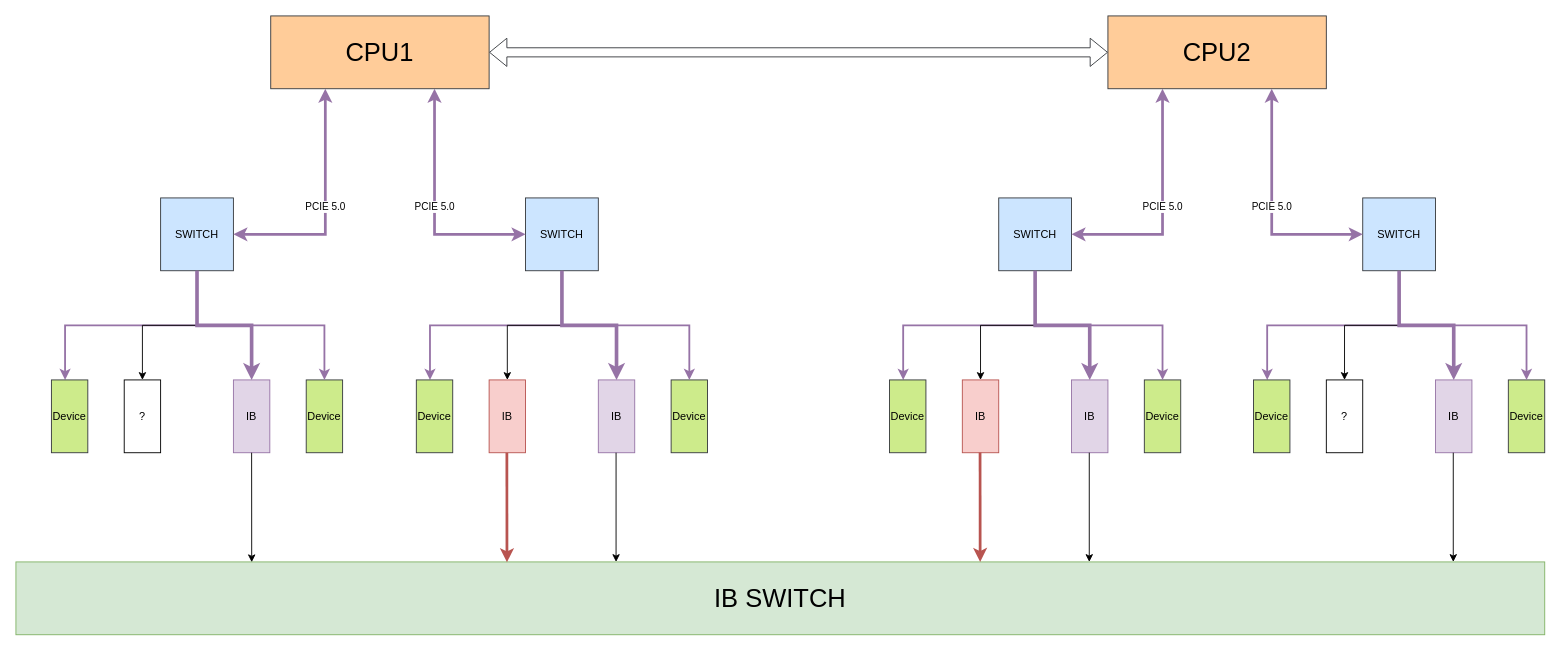
This is OAM_net_ARC.drawio from BEYHHH/SBLP, a draw.io file, before an edit. Source tidied: cells renumbered, new cells numbered last; positions are measured from the earlier drawing's top-left corner, leaving out a move shared by most shapes. Both pictures are drawn from the tidied source at 91%, with x=0, y=0 at pixel (15, 15).
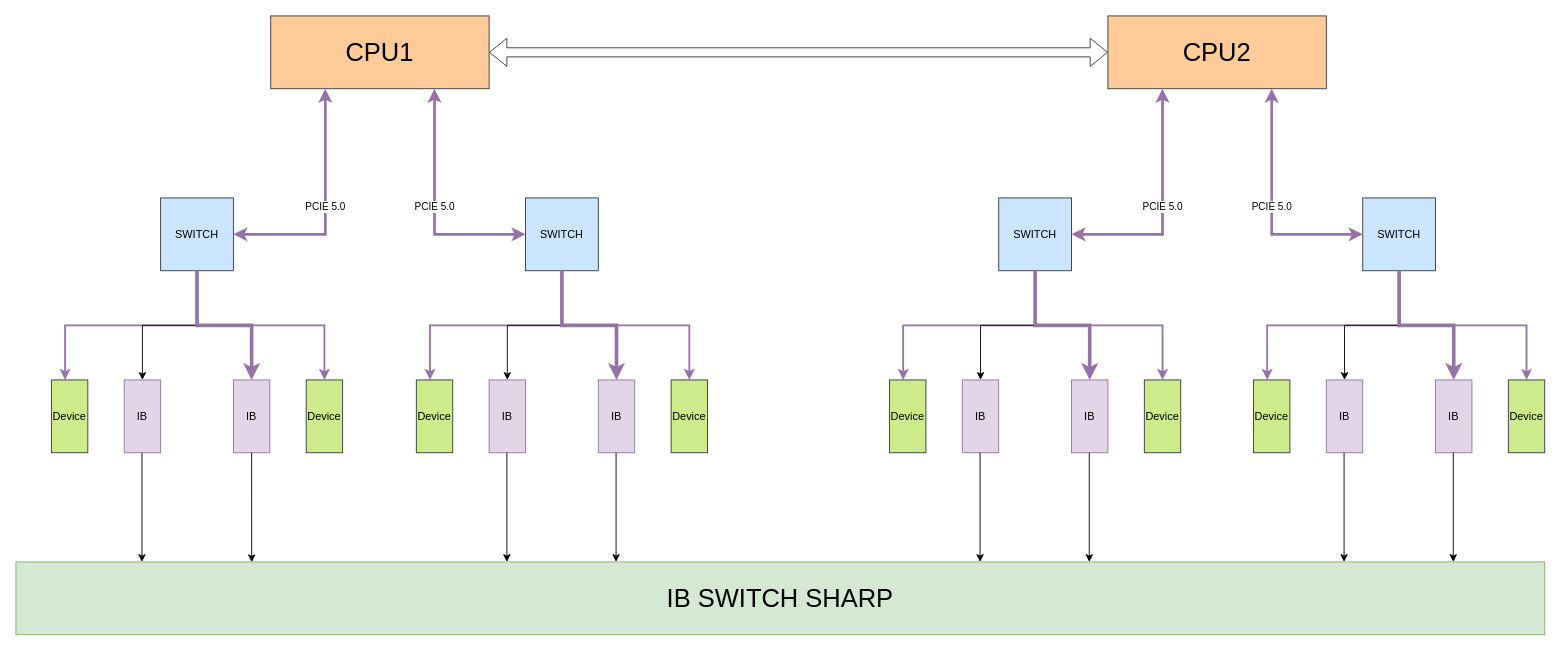
After the change.

Change to the diagram source:
```diff
@@
-    <mxCell id="7" value="?" style="rounded=0;whiteSpace=wrap;html=1;" parent="1" vertex="1">
+    <mxCell id="7" value="IB" style="rounded=0;whiteSpace=wrap;html=1;fillColor=#e1d5e7;strokeColor=#9673a6;" parent="1" vertex="1">
       <mxGeometry x="119" y="400" width="40" height="80" as="geometry" />
     </mxCell>
@@
-    <mxCell id="16" value="IB" style="rounded=0;whiteSpace=wrap;html=1;fillColor=#f8cecc;strokeColor=#b85450;" parent="1" vertex="1">
+    <mxCell id="16" value="IB" style="rounded=0;whiteSpace=wrap;html=1;fillColor=#e1d5e7;strokeColor=#9673a6;" parent="1" vertex="1">
       <mxGeometry x="520" y="400" width="40" height="80" as="geometry" />
     </mxCell>
@@
-    <mxCell id="28" value="IB" style="rounded=0;whiteSpace=wrap;html=1;fillColor=#f8cecc;strokeColor=#b85450;" parent="1" vertex="1">
+    <mxCell id="28" value="IB" style="rounded=0;whiteSpace=wrap;html=1;fillColor=#e1d5e7;strokeColor=#9673a6;" parent="1" vertex="1">
       <mxGeometry x="1040" y="400" width="40" height="80" as="geometry" />
     </mxCell>
@@
-    <mxCell id="37" value="?" style="rounded=0;whiteSpace=wrap;html=1;" parent="1" vertex="1">
+    <mxCell id="37" value="IB" style="rounded=0;whiteSpace=wrap;html=1;fillColor=#e1d5e7;strokeColor=#9673a6;" parent="1" vertex="1">
       <mxGeometry x="1440" y="400" width="40" height="80" as="geometry" />
     </mxCell>
@@
-    <mxCell id="45" value="&lt;font style=&quot;font-size: 28px;&quot;&gt;IB SWITCH&lt;/font&gt;" style="rounded=0;whiteSpace=wrap;html=1;fillColor=#d5e8d4;strokeColor=#82b366;" parent="1" vertex="1">
+    <mxCell id="45" value="&lt;font style=&quot;font-size: 28px;&quot;&gt;IB SWITCH SHARP&lt;/font&gt;" style="rounded=0;whiteSpace=wrap;html=1;fillColor=#d5e8d4;strokeColor=#82b366;" parent="1" vertex="1">
       <mxGeometry y="600" width="1680" height="80" as="geometry" />
     </mxCell>
@@
-    <mxCell id="50" style="endArrow=classic;html=1;rounded=0;exitX=0.5;exitY=1;exitDx=0;exitDy=0;entryX=0.131;entryY=0.004;entryDx=0;entryDy=0;entryPerimeter=0;fillColor=#f8cecc;strokeColor=#b85450;strokeWidth=3;" parent="1" edge="1">
-      <mxGeometry relative="1" as="geometry">
-        <mxPoint x="539.5" y="480" as="sourcePoint" />
-        <mxPoint x="539.6" y="600.3" as="targetPoint" />
-      </mxGeometry>
-    </mxCell>
-    <mxCell id="51" style="endArrow=classic;html=1;rounded=0;exitX=0.5;exitY=1;exitDx=0;exitDy=0;entryX=0.131;entryY=0.004;entryDx=0;entryDy=0;entryPerimeter=0;fillColor=#f8cecc;strokeColor=#b85450;strokeWidth=3;" parent="1" edge="1">
-      <mxGeometry relative="1" as="geometry">
-        <mxPoint x="1059.5" y="479.7" as="sourcePoint" />
-        <mxPoint x="1059.6" y="600" as="targetPoint" />
-      </mxGeometry>
-    </mxCell>
+    <mxCell id="52" style="endArrow=classic;html=1;rounded=0;exitX=0.5;exitY=1;exitDx=0;exitDy=0;entryX=0.131;entryY=0.004;entryDx=0;entryDy=0;entryPerimeter=0;" parent="1" edge="1">
+      <mxGeometry relative="1" as="geometry">
+        <mxPoint x="1059.5" y="480" as="sourcePoint" />
+        <mxPoint x="1059.5" y="600" as="targetPoint" />
+      </mxGeometry>
+    </mxCell>
+    <mxCell id="53" style="endArrow=classic;html=1;rounded=0;exitX=0.5;exitY=1;exitDx=0;exitDy=0;entryX=0.131;entryY=0.004;entryDx=0;entryDy=0;entryPerimeter=0;" parent="1" edge="1">
+      <mxGeometry relative="1" as="geometry">
+        <mxPoint x="1459.5" y="480" as="sourcePoint" />
+        <mxPoint x="1459.5" y="600" as="targetPoint" />
+      </mxGeometry>
+    </mxCell>
+    <mxCell id="54" style="endArrow=classic;html=1;rounded=0;exitX=0.5;exitY=1;exitDx=0;exitDy=0;entryX=0.131;entryY=0.004;entryDx=0;entryDy=0;entryPerimeter=0;" parent="1" edge="1">
+      <mxGeometry relative="1" as="geometry">
+        <mxPoint x="539.5" y="480" as="sourcePoint" />
+        <mxPoint x="539.5" y="600" as="targetPoint" />
+      </mxGeometry>
+    </mxCell>
+    <mxCell id="55" style="endArrow=classic;html=1;rounded=0;exitX=0.5;exitY=1;exitDx=0;exitDy=0;entryX=0.131;entryY=0.004;entryDx=0;entryDy=0;entryPerimeter=0;" parent="1" edge="1">
+      <mxGeometry relative="1" as="geometry">
+        <mxPoint x="138.5" y="480" as="sourcePoint" />
+        <mxPoint x="138.5" y="600" as="targetPoint" />
+      </mxGeometry>
+    </mxCell>
```
